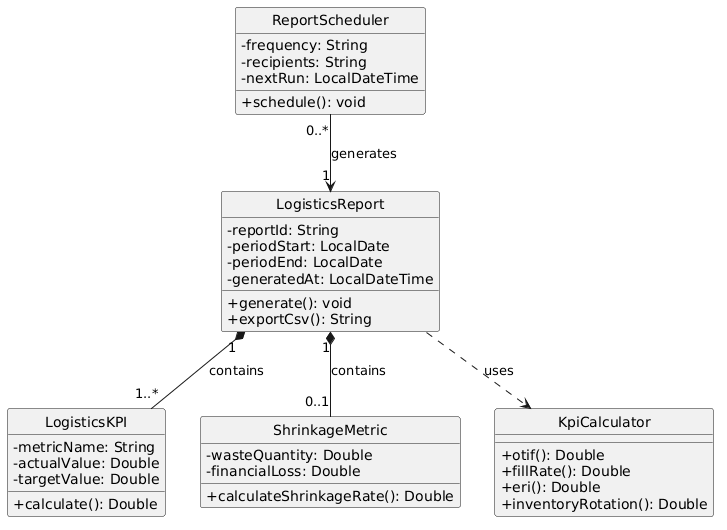
Before: report/assets/Chapter4/db7.png, a diagram exported from PlantUML (Codecraft-16692/BevTrace-Report). The source it was exported from:
```plantuml
@startuml
skinparam classAttributeIconSize 0
hide circle

class LogisticsReport {
  -reportId: String
  -periodStart: LocalDate
  -periodEnd: LocalDate
  -generatedAt: LocalDateTime
  +generate(): void
  +exportCsv(): String
}

class LogisticsKPI {
  -metricName: String
  -actualValue: Double
  -targetValue: Double
  +calculate(): Double
}

class ShrinkageMetric {
  -wasteQuantity: Double
  -financialLoss: Double
  +calculateShrinkageRate(): Double
}

class KpiCalculator {
  +otif(): Double
  +fillRate(): Double
  +eri(): Double
  +inventoryRotation(): Double
}

class ReportScheduler {
  -frequency: String
  -recipients: String
  -nextRun: LocalDateTime
  +schedule(): void
}

LogisticsReport "1" *-- "1..*" LogisticsKPI : contains
LogisticsReport "1" *-- "0..1" ShrinkageMetric : contains
LogisticsReport ..> KpiCalculator : uses
ReportScheduler "0..*" --> "1" LogisticsReport : generates
@enduml
```
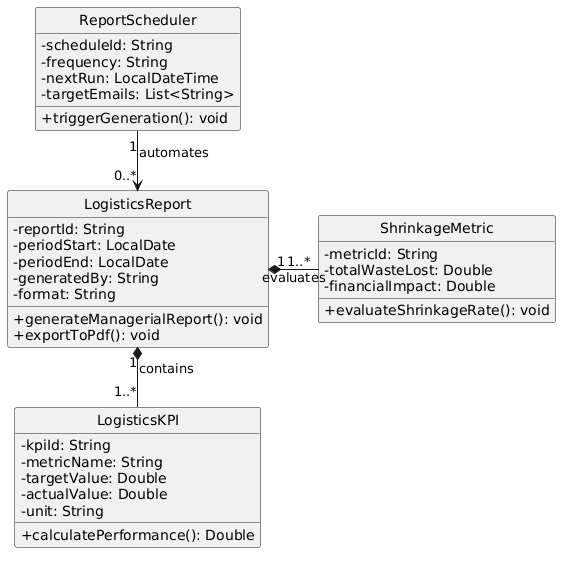
The same file after the commit.

Diff of the diagram source:
```diff
@@ -1,45 +1,45 @@
 @startuml
 skinparam classAttributeIconSize 0
 hide circle
+skinparam linetype ortho
+skinparam nodesep 50
+skinparam ranksep 60
 
 class LogisticsReport {
-  -reportId: String
-  -periodStart: LocalDate
-  -periodEnd: LocalDate
-  -generatedAt: LocalDateTime
-  +generate(): void
-  +exportCsv(): String
+  - reportId: String
+  - periodStart: LocalDate
+  - periodEnd: LocalDate
+  - generatedBy: String
+  - format: String
+  + generateManagerialReport(): void
+  + exportToPdf(): void
 }
 
 class LogisticsKPI {
-  -metricName: String
-  -actualValue: Double
-  -targetValue: Double
-  +calculate(): Double
+  - kpiId: String
+  - metricName: String
+  - targetValue: Double
+  - actualValue: Double
+  - unit: String
+  + calculatePerformance(): Double
 }
 
 class ShrinkageMetric {
-  -wasteQuantity: Double
-  -financialLoss: Double
-  +calculateShrinkageRate(): Double
-}
-
-class KpiCalculator {
-  +otif(): Double
-  +fillRate(): Double
-  +eri(): Double
-  +inventoryRotation(): Double
+  - metricId: String
+  - totalWasteLost: Double
+  - financialImpact: Double
+  + evaluateShrinkageRate(): void
 }
 
 class ReportScheduler {
-  -frequency: String
-  -recipients: String
-  -nextRun: LocalDateTime
-  +schedule(): void
+  - scheduleId: String
+  - frequency: String
+  - nextRun: LocalDateTime
+  - targetEmails: List<String>
+  + triggerGeneration(): void
 }
 
-LogisticsReport "1" *-- "1..*" LogisticsKPI : contains
-LogisticsReport "1" *-- "0..1" ShrinkageMetric : contains
-LogisticsReport ..> KpiCalculator : uses
-ReportScheduler "0..*" --> "1" LogisticsReport : generates
+ReportScheduler "1" -down-> "0..*" LogisticsReport : automates
+LogisticsReport "1" *-down- "1..*" LogisticsKPI : contains
+LogisticsReport "1" *-right- "1..*" ShrinkageMetric : evaluates
 @enduml
```
